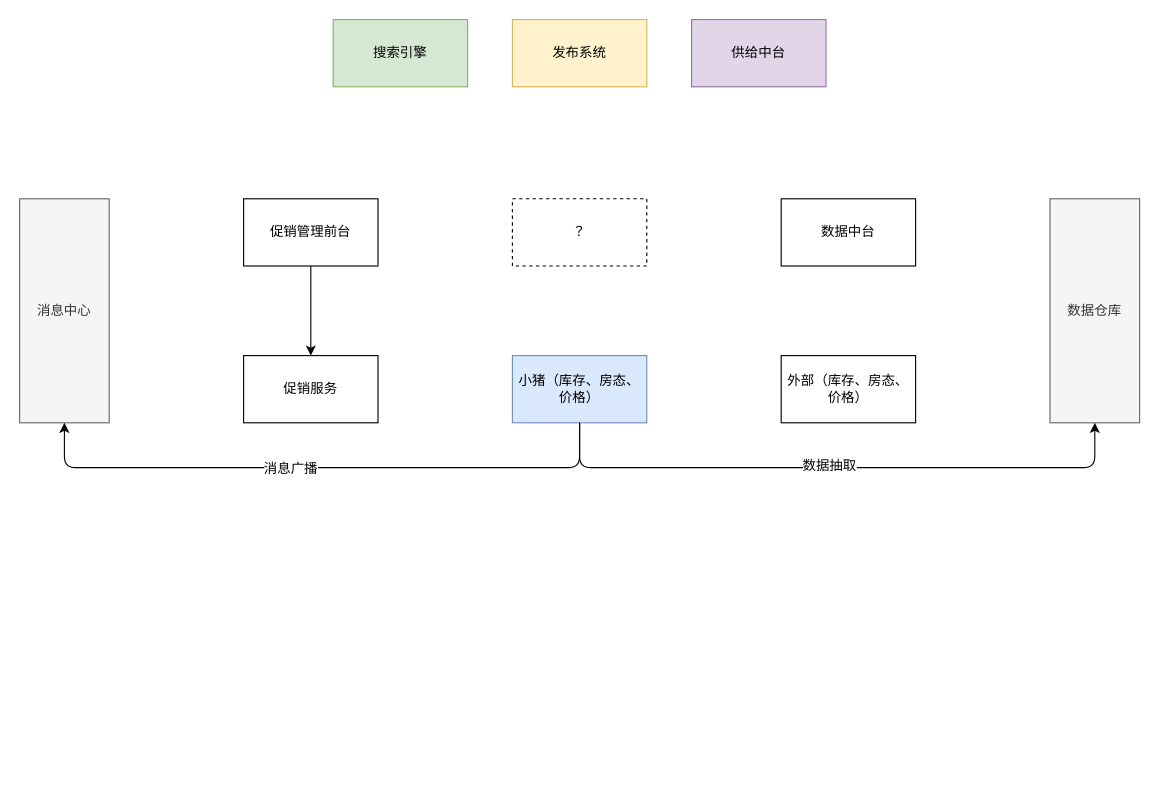
Before: 业务系统/供给中心.drawio in NonePro/UML, a draw.io diagram. Source tidied: cells renumbered, new cells numbered last; positions are measured from the earlier drawing's top-left corner, leaving out a move shared by most shapes. Both pictures are drawn from the tidied source at 112%, with x=0, y=0 at pixel (19, 19).
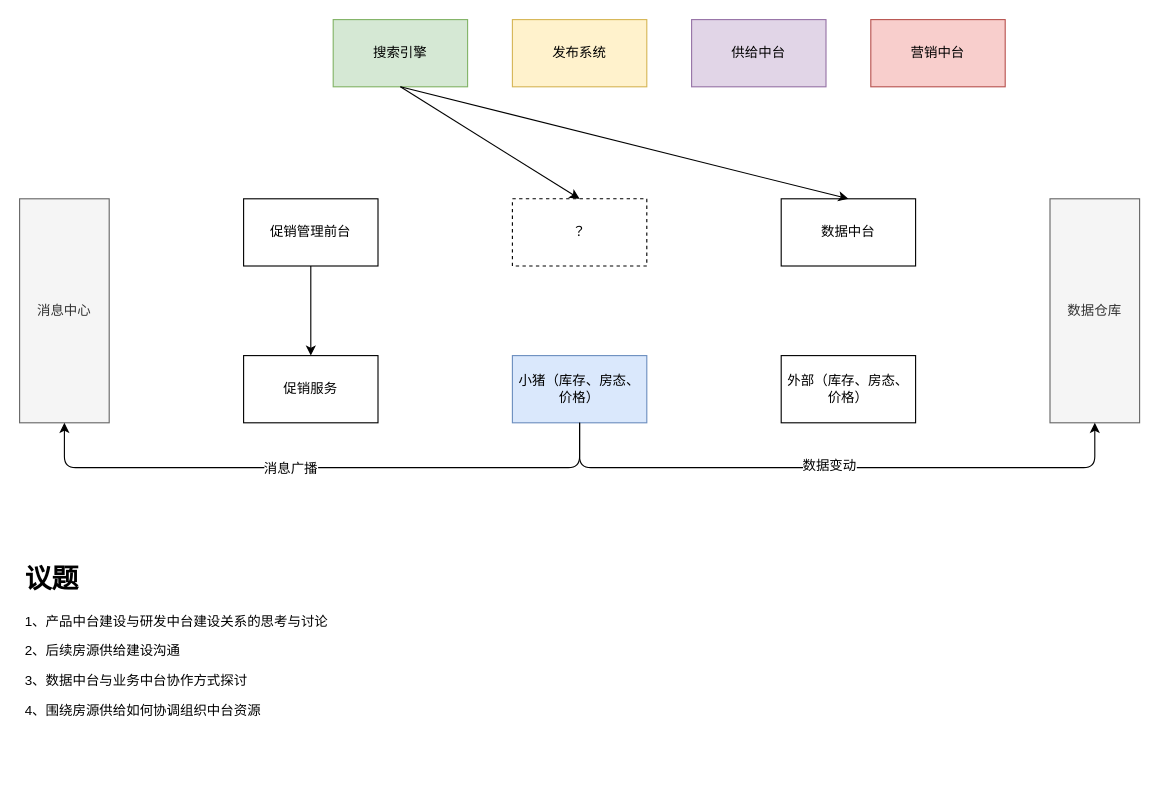
Above is the later version.

Unchanged cells that the change refers to:
```xml
<mxCell id="4" value="数据中台" style="rounded=0;whiteSpace=wrap;html=1;" parent="1" vertex="1">
  <mxGeometry x="680" y="160" width="120" height="60" as="geometry" />
</mxCell>
<mxCell id="5" value="搜索引擎" style="rounded=0;whiteSpace=wrap;html=1;fillColor=#d5e8d4;strokeColor=#82b366;" parent="1" vertex="1">
  <mxGeometry x="280" width="120" height="60" as="geometry" />
</mxCell>
<mxCell id="8" value="？" style="rounded=0;whiteSpace=wrap;html=1;dashed=1;" parent="1" vertex="1">
  <mxGeometry x="440" y="160" width="120" height="60" as="geometry" />
</mxCell>
<mxCell id="16" style="endArrow=classic;html=1;exitX=0.5;exitY=1;exitDx=0;exitDy=0;entryX=0.5;entryY=1;entryDx=0;entryDy=0;edgeStyle=orthogonalEdgeStyle;" parent="1" edge="1" source="3" target="15">
  <mxGeometry relative="1" as="geometry">
    <Array as="points">
      <mxPoint x="500" y="400" />
      <mxPoint x="960" y="400" />
    </Array>
  </mxGeometry>
</mxCell>
```

The edit, as a diff of the source:
```diff
@@
-    <mxCell id="17" value="数据抽取" style="text;html=1;align=center;verticalAlign=middle;labelBackgroundColor=#ffffff;" parent="16" vertex="1">
+    <mxCell id="17" value="数据变动" style="text;html=1;align=center;verticalAlign=middle;labelBackgroundColor=#ffffff;" parent="16" vertex="1">
       <mxGeometry x="-0.03" y="2" relative="1" as="geometry" />
     </mxCell>
+    <mxCell id="18" value="&lt;h1&gt;议题&lt;/h1&gt;&lt;p&gt;1、产品中台建设与研发中台建设关系的思考与讨论&lt;/p&gt;&lt;p&gt;2、后续房源供给建设沟通&lt;/p&gt;&lt;p&gt;3、数据中台与业务中台协作方式探讨&lt;/p&gt;&lt;p&gt;4、围绕房源供给如何协调组织中台资源&lt;/p&gt;" style="text;html=1;strokeColor=none;fillColor=none;spacing=5;spacingTop=-20;whiteSpace=wrap;overflow=hidden;rounded=0;" parent="1" vertex="1">
+      <mxGeometry y="480" width="300" height="200" as="geometry" />
+    </mxCell>
+    <mxCell id="19" value="营销中台" style="rounded=0;whiteSpace=wrap;html=1;fillColor=#f8cecc;strokeColor=#b85450;" parent="1" vertex="1">
+      <mxGeometry x="760" width="120" height="60" as="geometry" />
+    </mxCell>
+    <mxCell id="20" style="endArrow=classic;html=1;exitX=0.5;exitY=1;exitDx=0;exitDy=0;entryX=0.5;entryY=0;entryDx=0;entryDy=0;" parent="1" edge="1" source="5" target="4">
+      <mxGeometry relative="1" as="geometry" />
+    </mxCell>
+    <mxCell id="21" style="endArrow=classic;html=1;entryX=0.5;entryY=0;entryDx=0;entryDy=0;" parent="1" edge="1" target="8">
+      <mxGeometry relative="1" as="geometry">
+        <mxPoint x="340" y="60" as="sourcePoint" />
+      </mxGeometry>
+    </mxCell>
```
